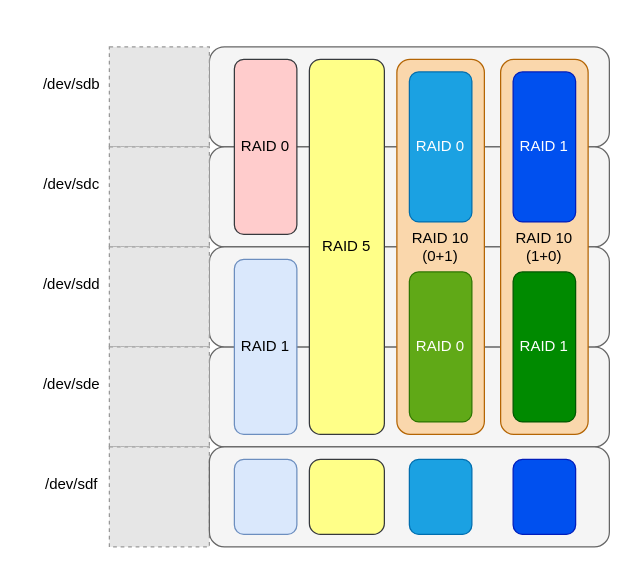
Earlier version of the draw.io diagram lesson_02/.images/schema.drawio (che-a/otus-pro-linux-admin). Source tidied: cells renumbered, new cells numbered last; positions are measured from the earlier drawing's top-left corner, leaving out a move shared by most shapes. Both pictures are drawn from the tidied source at 125%, with x=0, y=0 at pixel (21, 46). Pictures stored in the file or linked from it are replaced by grey dashed boxes.
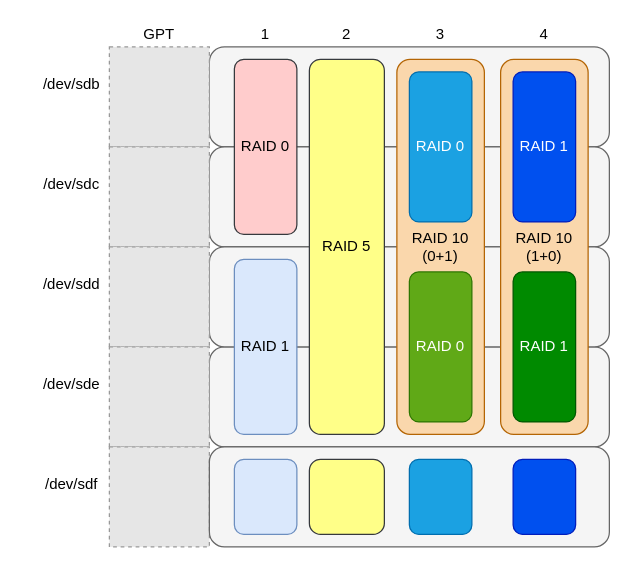
After the change.

Commit message (it also covers changes not shown here):
Correct schema

The edit, as a diff of the source:
```diff
@@
+    <mxCell id="30" value="1" style="text;html=1;strokeColor=none;fillColor=none;align=center;verticalAlign=middle;whiteSpace=wrap;rounded=0;" parent="1" vertex="1">
+      <mxGeometry x="170" y="-20" width="50" height="20" as="geometry" />
+    </mxCell>
+    <mxCell id="31" value="2" style="text;html=1;strokeColor=none;fillColor=none;align=center;verticalAlign=middle;whiteSpace=wrap;rounded=0;" parent="1" vertex="1">
+      <mxGeometry x="230" y="-20" width="60" height="20" as="geometry" />
+    </mxCell>
+    <mxCell id="32" value="GPT" style="text;html=1;strokeColor=none;fillColor=none;align=center;verticalAlign=middle;whiteSpace=wrap;rounded=0;" parent="1" vertex="1">
+      <mxGeometry x="85" y="-20" width="50" height="20" as="geometry" />
+    </mxCell>
+    <mxCell id="33" value="3" style="text;html=1;strokeColor=none;fillColor=none;align=center;verticalAlign=middle;whiteSpace=wrap;rounded=0;" parent="1" vertex="1">
+      <mxGeometry x="310" y="-20" width="50" height="20" as="geometry" />
+    </mxCell>
+    <mxCell id="34" value="4" style="text;html=1;strokeColor=none;fillColor=none;align=center;verticalAlign=middle;whiteSpace=wrap;rounded=0;" parent="1" vertex="1">
+      <mxGeometry x="393" y="-20" width="50" height="20" as="geometry" />
+    </mxCell>
```
